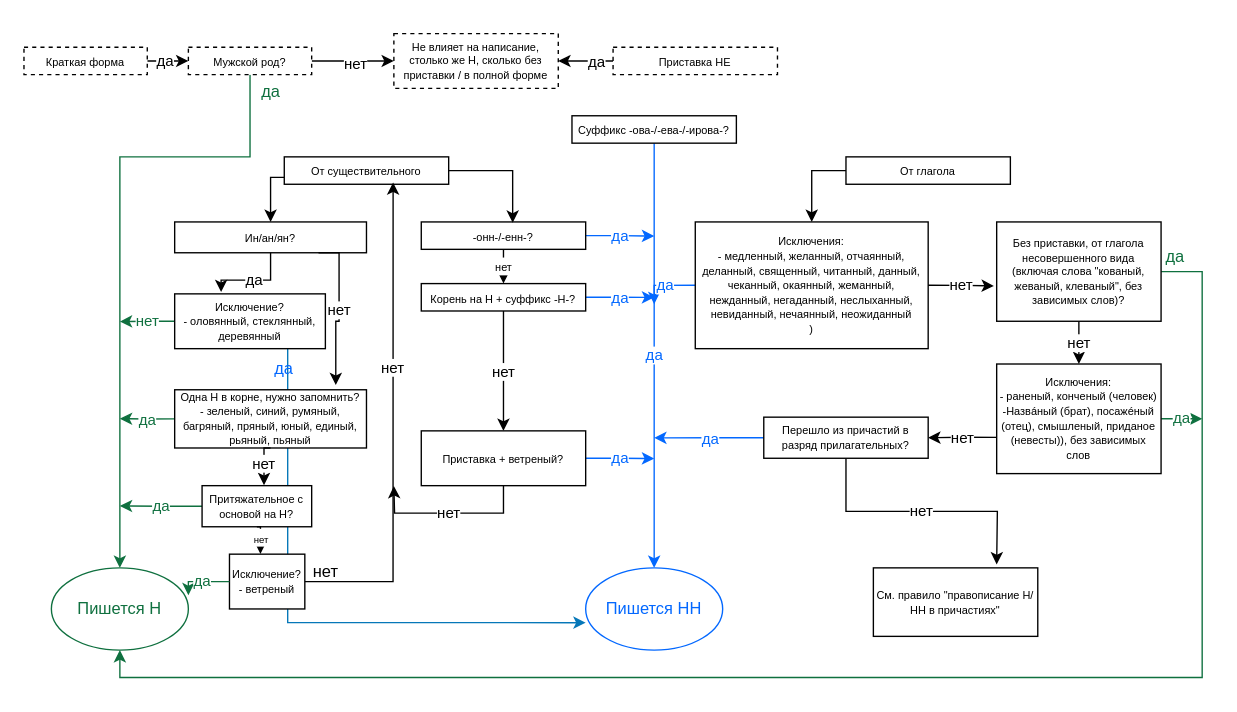
Before: app/public/diagrams/ru/02/02.drawio.xml in stillwaiting/zhi-shi.ai, a draw.io diagram. Source tidied: cells renumbered, new cells numbered last; positions are measured from the earlier drawing's top-left corner, leaving out a move shared by most shapes. Both pictures are drawn from the tidied source at 137%, with x=0, y=0 at pixel (23, 33).
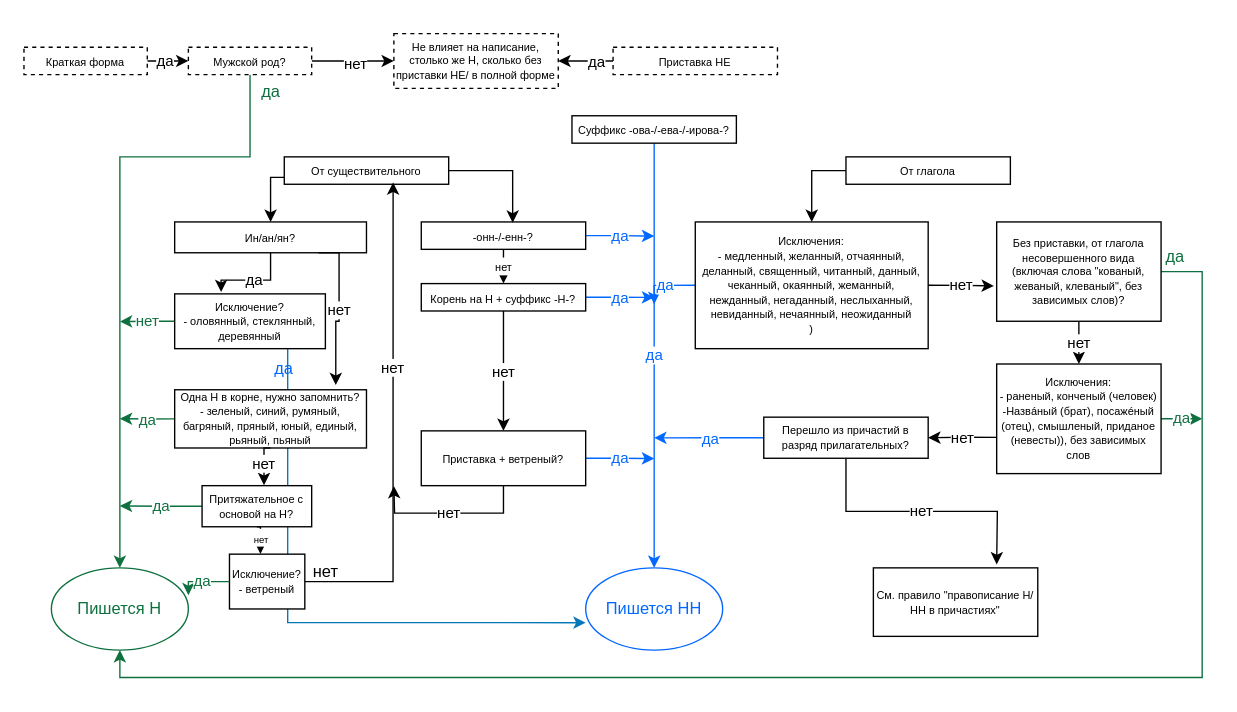
The same diagram, later.

Change to the diagram source:
```diff
@@
-    <mxCell id="31" value="&lt;p style=&quot;line-height: 70%;&quot;&gt;&lt;span style=&quot;font-size: 8px;&quot;&gt;Не влияет на написание, столько же Н, сколько без приставки / в полной форме&lt;/span&gt;&lt;/p&gt;" style="rounded=0;whiteSpace=wrap;html=1;verticalAlign=middle;dashed=1;" parent="1" vertex="1">
+    <mxCell id="31" value="&lt;p style=&quot;line-height: 70%;&quot;&gt;&lt;span style=&quot;font-size: 8px;&quot;&gt;Не влияет на написание, столько же Н, сколько без приставки НЕ/ в полной форме&lt;/span&gt;&lt;/p&gt;" style="rounded=0;whiteSpace=wrap;html=1;verticalAlign=middle;dashed=1;" parent="1" vertex="1">
       <mxGeometry x="270" width="120" height="40" as="geometry" />
     </mxCell>
```
